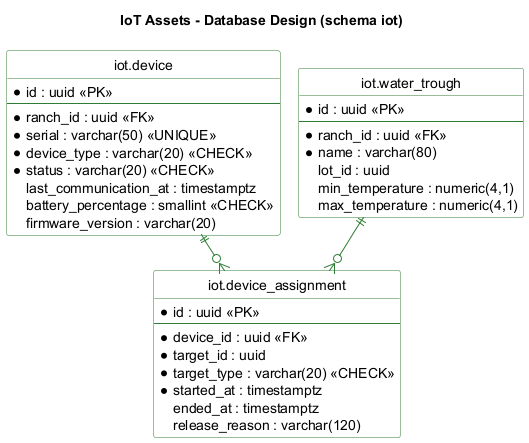
This is report/assets/images/diagrams/db-iot.png from five-smart-farm-creators/ichu-report, a PlantUML export, as it was before one commit.
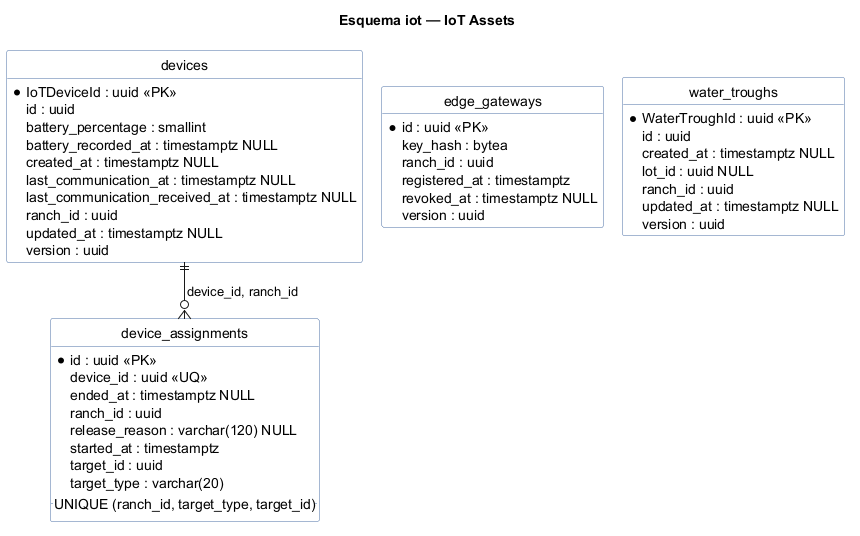
The same diagram one commit later.

Change to the diagram source:
```diff
@@ -1,45 +1,64 @@
 @startuml
 !pragma layout smetana
-hide circle
 skinparam shadowing false
 skinparam linetype ortho
+hide circle
+hide methods
 skinparam class {
   BackgroundColor #FFFFFF
-  BorderColor #2E7D32
-  ArrowColor #2E7D32
+  BorderColor #4A6FA5
 }
-title IoT Assets - Database Design (schema iot)
+title Esquema iot — IoT Assets
 
-entity "iot.device" as dev {
+entity "device_assignments" as device_assignments {
   * id : uuid <<PK>>
-  --
-  * ranch_id : uuid <<FK>>
-  * serial : varchar(50) <<UNIQUE>>
-  * device_type : varchar(20) <<CHECK>>
-  * status : varchar(20) <<CHECK>>
-  last_communication_at : timestamptz
-  battery_percentage : smallint <<CHECK>>
-  firmware_version : varchar(20)
+  device_id : uuid <<UQ>>
+  ended_at : timestamptz NULL
+  ranch_id : uuid
+  release_reason : varchar(120) NULL
+  started_at : timestamptz
+  target_id : uuid
+  target_type : varchar(20)
+  .. UNIQUE (ranch_id, target_type, target_id) ..
 }
-entity "iot.device_assignment" as da {
+entity "devices" as devices {
+  * IoTDeviceId : uuid <<PK>>
+  id : uuid
+  battery_percentage : smallint
+  battery_recorded_at : timestamptz NULL
+  created_at : timestamptz NULL
+  device_type : varchar(20)
+  firmware_version : varchar(20) NULL
+  last_communication_at : timestamptz NULL
+  last_communication_received_at : timestamptz NULL
+  ranch_id : uuid
+  serial : varchar(50) <<UQ>>
+  status : varchar(20)
+  updated_at : timestamptz NULL
+  version : uuid
+}
+entity "edge_gateways" as edge_gateways {
   * id : uuid <<PK>>
-  --
-  * device_id : uuid <<FK>>
-  * target_id : uuid
-  * target_type : varchar(20) <<CHECK>>
-  * started_at : timestamptz
-  ended_at : timestamptz
-  release_reason : varchar(120)
+  key_hash : bytea
+  name : varchar(80)
+  ranch_id : uuid
+  registered_at : timestamptz
+  revoked_at : timestamptz NULL
+  status : varchar(20)
+  version : uuid
 }
-entity "iot.water_trough" as wt {
-  * id : uuid <<PK>>
-  --
-  * ranch_id : uuid <<FK>>
-  * name : varchar(80)
-  lot_id : uuid
-  min_temperature : numeric(4,1)
-  max_temperature : numeric(4,1)
+entity "water_troughs" as water_troughs {
+  * WaterTroughId : uuid <<PK>>
+  id : uuid
+  created_at : timestamptz NULL
+  lot_id : uuid NULL
+  max_temperature_celsius : numeric(4,1)
+  min_temperature_celsius : numeric(4,1)
+  name : varchar(80)
+  ranch_id : uuid
+  updated_at : timestamptz NULL
+  version : uuid
 }
-dev ||--o{ da
-wt ||--o{ da
+
+devices ||--o{ device_assignments : device_id, ranch_id
 @enduml
```
